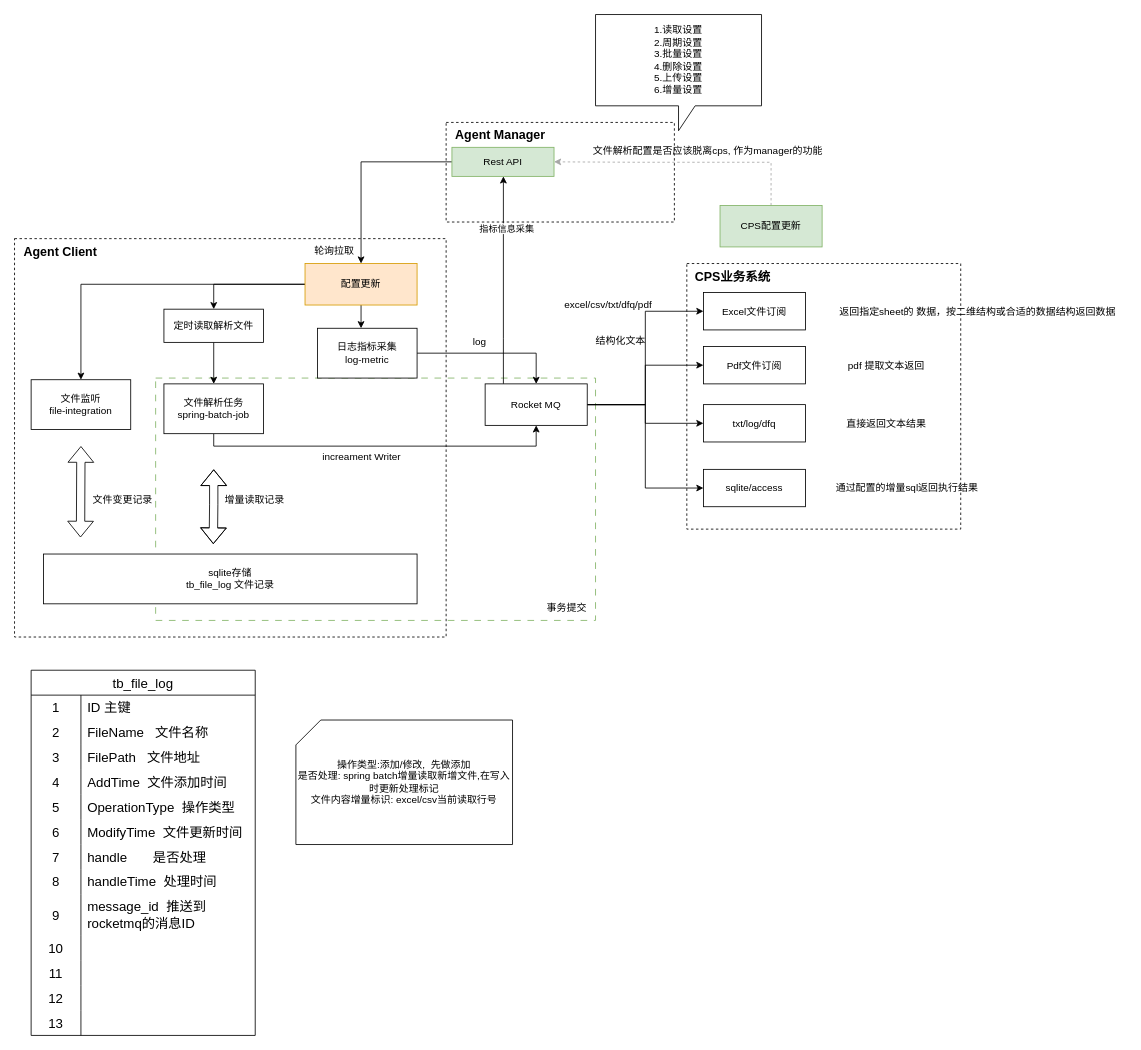
Above: 文件解析整体设计.drawio in liangleiA/MyRepository (draw.io), before the change. Source tidied: cells renumbered, new cells numbered last; positions are measured from the earlier drawing's top-left corner, leaving out a move shared by most shapes. Both pictures are drawn from the tidied source at 83%, with x=0, y=0 at pixel (14, 14).
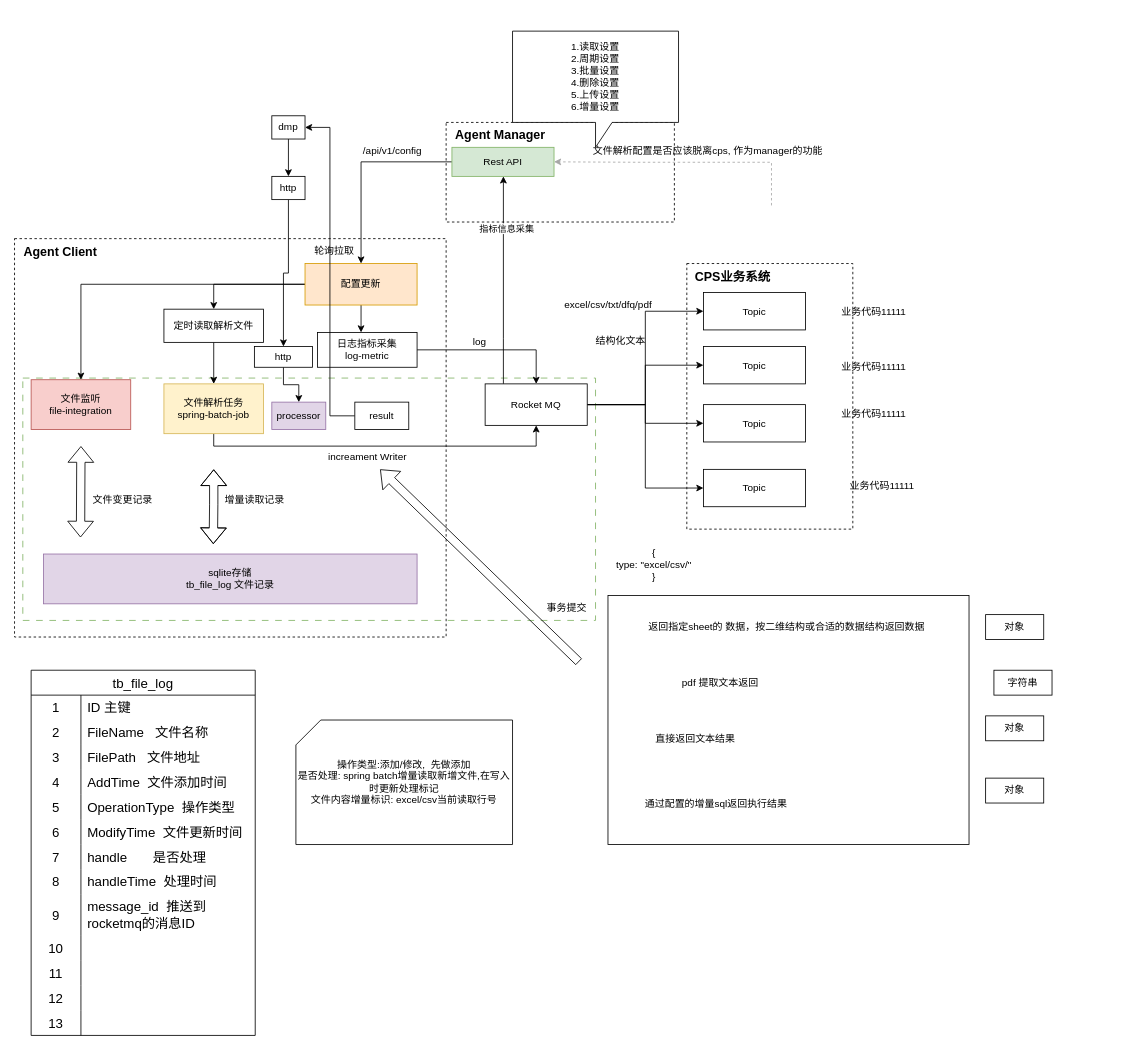
Above is the later version.

Commit message (it also covers changes not shown here):
更新文件解析整体设计.drawio

Unchanged cells that the change refers to:
```xml
<mxCell id="34" value="Rest API" style="rounded=0;whiteSpace=wrap;html=1;fillColor=#d5e8d4;strokeColor=#82b366;" parent="1" vertex="1">
  <mxGeometry x="527" y="160" width="123" height="35" as="geometry" />
</mxCell>
```

The edit, as a diff of the source:
```diff
@@
     <mxCell id="2" style="rounded=0;whiteSpace=wrap;html=1;fillColor=none;dashed=1;dashPattern=8 8;strokeColor=#82B366;" parent="1" vertex="1">
-      <mxGeometry x="170" y="438" width="530" height="292" as="geometry" />
+      <mxGeometry x="10" y="438" width="690" height="292" as="geometry" />
     </mxCell>
@@
-    <mxCell id="4" value="文件监听&lt;br&gt;file-integration" style="rounded=0;whiteSpace=wrap;html=1;" parent="1" vertex="1">
+    <mxCell id="4" value="文件监听&lt;br&gt;file-integration" style="rounded=0;whiteSpace=wrap;html=1;fillColor=#f8cecc;strokeColor=#b85450;" parent="1" vertex="1">
       <mxGeometry x="20" y="440" width="120" height="60" as="geometry" />
     </mxCell>
@@
-    <mxCell id="6" value="文件解析任务&lt;br&gt;spring-batch-job" style="rounded=0;whiteSpace=wrap;html=1;" parent="1" vertex="1">
+    <mxCell id="6" value="文件解析任务&lt;br&gt;spring-batch-job" style="rounded=0;whiteSpace=wrap;html=1;fillColor=#fff2cc;strokeColor=#d6b656;" parent="1" vertex="1">
       <mxGeometry x="180" y="445" width="120" height="60" as="geometry" />
     </mxCell>
@@
     <mxCell id="8" value="日志指标采集&lt;br&gt;log-metric" style="rounded=0;whiteSpace=wrap;html=1;" parent="1" vertex="1">
-      <mxGeometry x="365" y="378" width="120" height="60" as="geometry" />
+      <mxGeometry x="365" y="383" width="120" height="42" as="geometry" />
     </mxCell>
-    <mxCell id="9" value="sqlite存储&lt;br&gt;tb_file_log 文件记录" style="rounded=0;whiteSpace=wrap;html=1;" parent="1" vertex="1">
+    <mxCell id="9" value="sqlite存储&lt;br&gt;tb_file_log 文件记录" style="rounded=0;whiteSpace=wrap;html=1;fillColor=#e1d5e7;strokeColor=#9673a6;" parent="1" vertex="1">
       <mxGeometry x="35" y="650" width="450" height="60" as="geometry" />
     </mxCell>
@@
     <mxCell id="24" value="increament Writer" style="text;html=1;align=center;verticalAlign=middle;points=[];strokeColor=none;fillColor=none;" parent="1" vertex="1">
-      <mxGeometry x="357.5" y="518" width="120" height="30" as="geometry" />
+      <mxGeometry x="365" y="518" width="120" height="30" as="geometry" />
     </mxCell>
@@
-    <mxCell id="29" style="edgeStyle=orthogonalEdgeStyle;rounded=0;jettySize=auto;html=1;entryX=1;entryY=0.5;entryDx=0;entryDy=0;dashed=1;fillColor=#f5f5f5;strokeColor=#a6a6a6;" parent="1" edge="1" source="30" target="34">
+    <mxCell id="29" style="edgeStyle=orthogonalEdgeStyle;rounded=0;jettySize=auto;html=1;entryX=1;entryY=0.5;entryDx=0;entryDy=0;dashed=1;fillColor=#f5f5f5;strokeColor=#a6a6a6;" parent="1" edge="1" target="34">
       <mxGeometry relative="1" as="geometry">
+        <mxPoint x="912" y="230" as="sourcePoint" />
         <Array as="points">
           <mxPoint x="912" y="178" />
           <mxPoint x="750" y="178" />
         </Array>
       </mxGeometry>
     </mxCell>
-    <mxCell id="30" value="CPS配置更新" style="rounded=0;whiteSpace=wrap;html=1;fillColor=#d5e8d4;strokeColor=#82b366;" parent="1" vertex="1">
-      <mxGeometry x="850" y="230" width="123" height="50" as="geometry" />
-    </mxCell>
@@
     <mxCell id="37" style="rounded=0;whiteSpace=wrap;html=1;dashed=1;fillColor=none;" parent="1" vertex="1">
-      <mxGeometry x="810" y="300" width="330" height="320" as="geometry" />
+      <mxGeometry x="810" y="300" width="200" height="320" as="geometry" />
     </mxCell>
@@
-    <mxCell id="39" value="Excel文件订阅" style="rounded=0;whiteSpace=wrap;html=1;" parent="1" vertex="1">
+    <mxCell id="39" value="Topic" style="rounded=0;whiteSpace=wrap;html=1;" parent="1" vertex="1">
       <mxGeometry x="830" y="335" width="123" height="45" as="geometry" />
     </mxCell>
-    <mxCell id="40" value="Pdf文件订阅" style="rounded=0;whiteSpace=wrap;html=1;" parent="1" vertex="1">
+    <mxCell id="40" value="Topic" style="rounded=0;whiteSpace=wrap;html=1;" parent="1" vertex="1">
       <mxGeometry x="830" y="400" width="123" height="45" as="geometry" />
     </mxCell>
     <mxCell id="41" value="结构化文本" style="text;html=1;align=center;verticalAlign=middle;strokeColor=none;fillColor=none;" parent="1" vertex="1">
-      <mxGeometry x="690" y="378" width="80" height="30" as="geometry" />
+      <mxGeometry x="690" y="377.5" width="80" height="30" as="geometry" />
     </mxCell>
@@
-    <mxCell id="44" value="&lt;div class=&quot;lake-content&quot;&gt;返回指定sheet的 数据，按二维结构或合适的数据结构返回数据&lt;/div&gt;" style="text;html=1;align=center;verticalAlign=middle;strokeColor=none;fillColor=none;" parent="1" vertex="1">
-      <mxGeometry x="980" y="342.5" width="360" height="30" as="geometry" />
-    </mxCell>
-    <mxCell id="45" value="&lt;div class=&quot;lake-content&quot;&gt;pdf 提取文本返回&lt;/div&gt;" style="text;html=1;align=center;verticalAlign=middle;strokeColor=none;fillColor=none;" parent="1" vertex="1">
-      <mxGeometry x="990" y="407.5" width="120" height="30" as="geometry" />
-    </mxCell>
-    <mxCell id="46" value="txt/log/dfq" style="rounded=0;whiteSpace=wrap;html=1;" parent="1" vertex="1">
+    <mxCell id="46" value="Topic" style="rounded=0;whiteSpace=wrap;html=1;" parent="1" vertex="1">
       <mxGeometry x="830" y="470" width="123" height="45" as="geometry" />
     </mxCell>
-    <mxCell id="47" value="&lt;div class=&quot;lake-content&quot;&gt;直接返回文本结果&lt;/div&gt;" style="text;html=1;align=center;verticalAlign=middle;strokeColor=none;fillColor=none;" parent="1" vertex="1">
-      <mxGeometry x="990" y="477.5" width="120" height="30" as="geometry" />
-    </mxCell>
-    <mxCell id="48" value="sqlite/access" style="rounded=0;whiteSpace=wrap;html=1;" parent="1" vertex="1">
+    <mxCell id="48" value="Topic" style="rounded=0;whiteSpace=wrap;html=1;" parent="1" vertex="1">
       <mxGeometry x="830" y="548" width="123" height="45" as="geometry" />
     </mxCell>
-    <mxCell id="49" value="通过配置的增量sql返回执行结果" style="text;html=1;align=center;verticalAlign=middle;strokeColor=none;fillColor=none;" parent="1" vertex="1">
-      <mxGeometry x="980" y="555.5" width="190" height="30" as="geometry" />
-    </mxCell>
@@
     <mxCell id="51" value="1.读取设置&lt;br&gt;2.周期设置&lt;br&gt;3.批量设置&lt;br&gt;4.删除设置&lt;br&gt;5.上传设置&lt;br&gt;6.增量设置" style="shape=callout;whiteSpace=wrap;html=1;perimeter=calloutPerimeter;" parent="1" vertex="1">
-      <mxGeometry x="700" width="200" height="140" as="geometry" />
+      <mxGeometry x="600" y="20" width="200" height="140" as="geometry" />
     </mxCell>
@@
+    <mxCell id="93" value="/api/v1/config" style="text;html=1;align=center;verticalAlign=middle;strokeColor=none;fillColor=none;" parent="1" vertex="1">
+      <mxGeometry x="410" y="150" width="90" height="30" as="geometry" />
+    </mxCell>
+    <mxCell id="94" value="processor" style="rounded=0;whiteSpace=wrap;html=1;fillColor=#e1d5e7;strokeColor=#9673a6;" parent="1" vertex="1">
+      <mxGeometry x="310" y="467" width="65" height="33" as="geometry" />
+    </mxCell>
+    <mxCell id="95" style="edgeStyle=orthogonalEdgeStyle;rounded=0;jettySize=auto;html=1;entryX=0.5;entryY=0;entryDx=0;entryDy=0;" parent="1" edge="1" source="96" target="94">
+      <mxGeometry relative="1" as="geometry" />
+    </mxCell>
+    <mxCell id="96" value="http" style="rounded=0;whiteSpace=wrap;html=1;" parent="1" vertex="1">
+      <mxGeometry x="289" y="400" width="70" height="25" as="geometry" />
+    </mxCell>
+    <mxCell id="97" style="edgeStyle=orthogonalEdgeStyle;rounded=0;jettySize=auto;html=1;entryX=0.5;entryY=0;entryDx=0;entryDy=0;" parent="1" edge="1" source="98" target="96">
+      <mxGeometry relative="1" as="geometry" />
+    </mxCell>
+    <mxCell id="98" value="http" style="rounded=0;whiteSpace=wrap;html=1;" parent="1" vertex="1">
+      <mxGeometry x="310" y="195" width="40" height="28" as="geometry" />
+    </mxCell>
+    <mxCell id="99" style="edgeStyle=orthogonalEdgeStyle;rounded=0;jettySize=auto;html=1;entryX=0.5;entryY=0;entryDx=0;entryDy=0;" parent="1" edge="1" source="100" target="98">
+      <mxGeometry relative="1" as="geometry" />
+    </mxCell>
+    <mxCell id="100" value="dmp" style="rounded=0;whiteSpace=wrap;html=1;" parent="1" vertex="1">
+      <mxGeometry x="310" y="122" width="40" height="28" as="geometry" />
+    </mxCell>
+    <mxCell id="101" style="edgeStyle=orthogonalEdgeStyle;rounded=0;jettySize=auto;html=1;entryX=1;entryY=0.5;entryDx=0;entryDy=0;" parent="1" edge="1" source="102" target="100">
+      <mxGeometry relative="1" as="geometry" />
+    </mxCell>
+    <mxCell id="102" value="result" style="rounded=0;whiteSpace=wrap;html=1;" parent="1" vertex="1">
+      <mxGeometry x="410" y="467" width="65" height="33" as="geometry" />
+    </mxCell>
+    <mxCell id="103" value="{&lt;br&gt;type: &quot;excel/csv/&quot;&lt;br&gt;}" style="text;html=1;align=center;verticalAlign=middle;strokeColor=none;fillColor=none;" parent="1" vertex="1">
+      <mxGeometry x="715" y="633" width="110" height="60" as="geometry" />
+    </mxCell>
+    <mxCell id="44" value="&lt;div class=&quot;lake-content&quot;&gt;返回指定sheet的 数据，按二维结构或合适的数据结构返回数据&lt;/div&gt;" style="text;html=1;align=center;verticalAlign=middle;strokeColor=none;fillColor=none;" parent="1" vertex="1">
+      <mxGeometry x="750" y="723" width="360" height="30" as="geometry" />
+    </mxCell>
+    <mxCell id="45" value="&lt;div class=&quot;lake-content&quot;&gt;pdf 提取文本返回&lt;/div&gt;" style="text;html=1;align=center;verticalAlign=middle;strokeColor=none;fillColor=none;" parent="1" vertex="1">
+      <mxGeometry x="790" y="790.5" width="120" height="30" as="geometry" />
+    </mxCell>
+    <mxCell id="47" value="&lt;div class=&quot;lake-content&quot;&gt;直接返回文本结果&lt;/div&gt;" style="text;html=1;align=center;verticalAlign=middle;strokeColor=none;fillColor=none;" parent="1" vertex="1">
+      <mxGeometry x="760" y="858" width="120" height="30" as="geometry" />
+    </mxCell>
+    <mxCell id="49" value="通过配置的增量sql返回执行结果" style="text;html=1;align=center;verticalAlign=middle;strokeColor=none;fillColor=none;" parent="1" vertex="1">
+      <mxGeometry x="750" y="936" width="190" height="30" as="geometry" />
+    </mxCell>
+    <mxCell id="104" style="rounded=0;whiteSpace=wrap;html=1;fillColor=none;" parent="1" vertex="1">
+      <mxGeometry x="715" y="700" width="435" height="300" as="geometry" />
+    </mxCell>
+    <mxCell id="105" style="shape=flexArrow;endArrow=classic;html=1;rounded=0;" parent="1" edge="1" target="24">
+      <mxGeometry relative="1" as="geometry">
+        <mxPoint x="680" y="780" as="sourcePoint" />
+      </mxGeometry>
+    </mxCell>
+    <mxCell id="106" value="业务代码11111" style="text;html=1;align=center;verticalAlign=middle;strokeColor=none;fillColor=none;" parent="1" vertex="1">
+      <mxGeometry x="985" y="342.5" width="100" height="30" as="geometry" />
+    </mxCell>
+    <mxCell id="107" value="业务代码11111" style="text;html=1;align=center;verticalAlign=middle;strokeColor=none;fillColor=none;" parent="1" vertex="1">
+      <mxGeometry x="985" y="410" width="100" height="30" as="geometry" />
+    </mxCell>
+    <mxCell id="108" value="业务代码11111" style="text;html=1;align=center;verticalAlign=middle;strokeColor=none;fillColor=none;" parent="1" vertex="1">
+      <mxGeometry x="985" y="467" width="100" height="30" as="geometry" />
+    </mxCell>
+    <mxCell id="109" value="业务代码11111" style="text;html=1;align=center;verticalAlign=middle;strokeColor=none;fillColor=none;" parent="1" vertex="1">
+      <mxGeometry x="995" y="552.5" width="100" height="30" as="geometry" />
+    </mxCell>
+    <mxCell id="110" value="对象" style="rounded=0;whiteSpace=wrap;html=1;" parent="1" vertex="1">
+      <mxGeometry x="1170" y="723" width="70" height="30" as="geometry" />
+    </mxCell>
+    <mxCell id="111" value="字符串" style="rounded=0;whiteSpace=wrap;html=1;" parent="1" vertex="1">
+      <mxGeometry x="1180" y="790" width="70" height="30" as="geometry" />
+    </mxCell>
+    <mxCell id="112" value="对象" style="rounded=0;whiteSpace=wrap;html=1;" parent="1" vertex="1">
+      <mxGeometry x="1170" y="845" width="70" height="30" as="geometry" />
+    </mxCell>
+    <mxCell id="113" value="对象" style="rounded=0;whiteSpace=wrap;html=1;" parent="1" vertex="1">
+      <mxGeometry x="1170" y="920" width="70" height="30" as="geometry" />
+    </mxCell>
```
